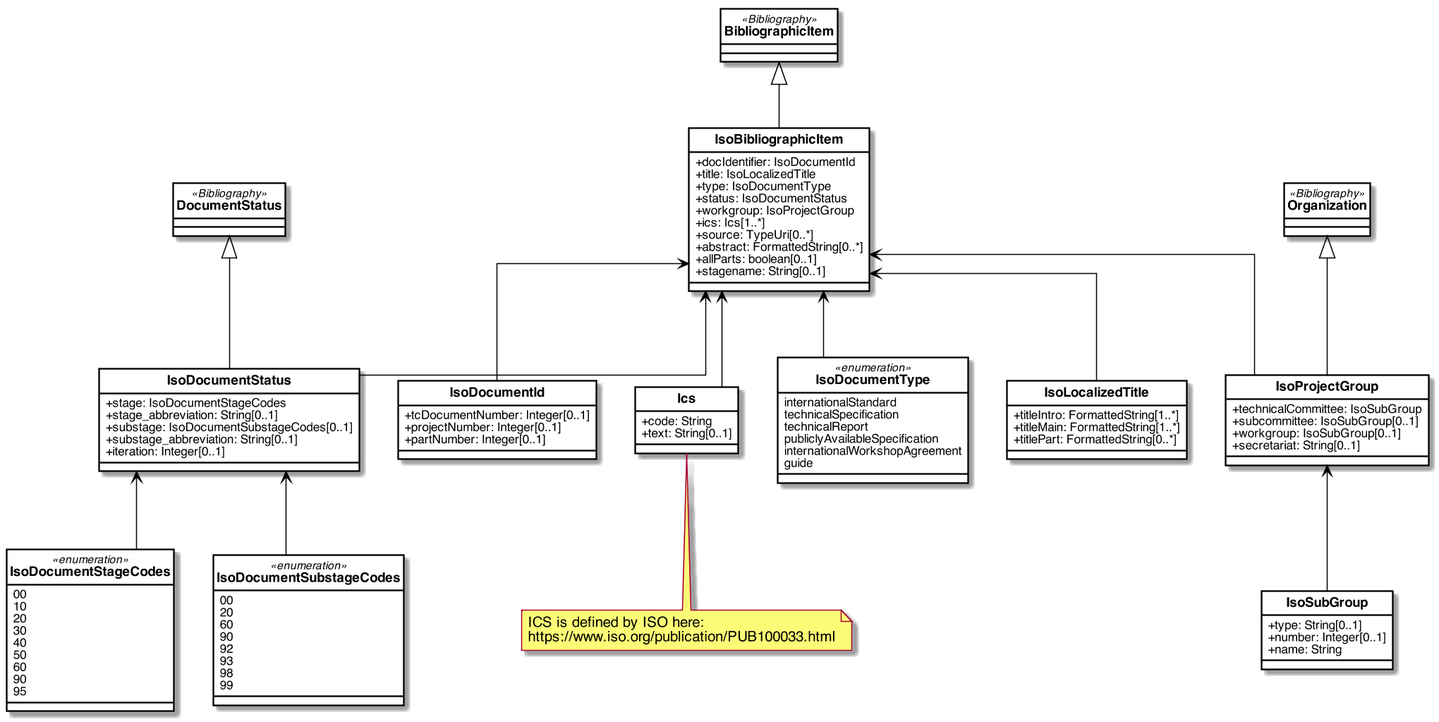
Before: iso/images/IsoDoc_IsoBibliographicItem.png, a diagram exported from PlantUML (metanorma/standoc-models).
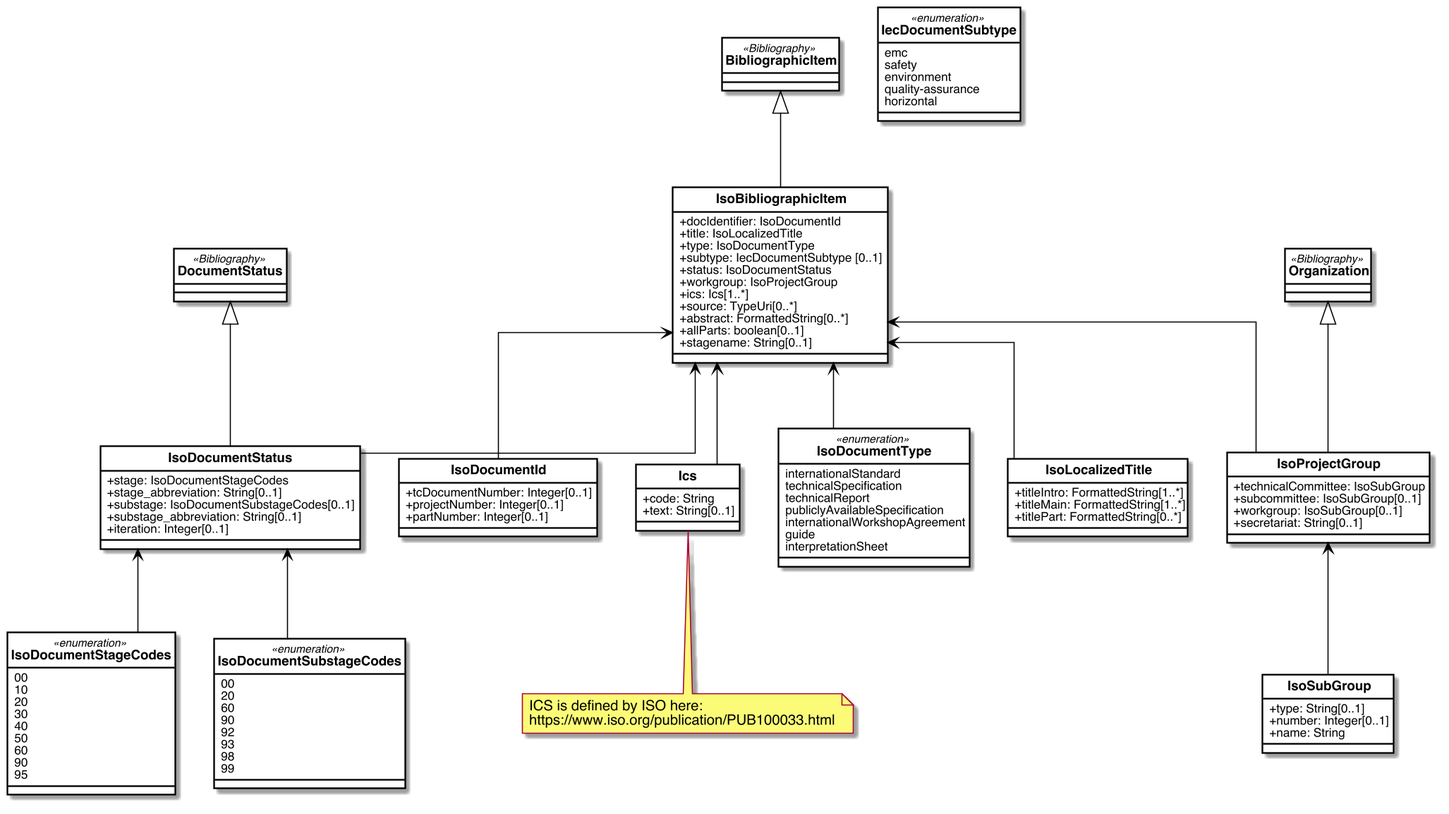
The same file after the commit.

What changed in the source:
```diff
@@ -1,44 +1,6 @@
 @startuml IsoDoc_IsoBibliographicItem
 
-
-skinparam Dpi 150
-skinparam Monochrome false
-skinparam LineType ortho
-hide circle
-skinparam Default {
-  TextAlignment center
-  FontName Helvetica
-}
-skinparam Class {
-  AttributeIconSize 0
-  BackgroundColor White
-  ArrowColor Black
-  BorderColor Black
-  FontStyle bold
-  StereotypeFontSize 10
-}
-skinparam Rectangle {
-  BackgroundColor White
-  ArrowColor Black
-  BorderColor Black
-  FontStyle bold
-  FontSize 11
-  StereotypeFontSize 10
-}
-skinparam Object {
-  BackgroundColor White
-  ArrowColor Black
-  BorderColor Black
-  FontStyle bold
-  FontSize 11
-  StereotypeFontSize 10
-}
-
-skinparam Entity {
-  StereotypeFontSize 10
-}
-
-
+!include style.uml.inc
 
 
 class BibliographicItem <<Bibliography>> {
@@ -49,6 +11,7 @@
     +docIdentifier: IsoDocumentId
     +title: IsoLocalizedTitle
     +type: IsoDocumentType
+    +subtype: IecDocumentSubtype [0..1]
     +status: IsoDocumentStatus
     +workgroup: IsoProjectGroup
     +ics: Ics[1..*]
@@ -111,6 +74,15 @@
     publiclyAvailableSpecification
     internationalWorkshopAgreement
     guide
+    interpretationSheet
+}
+
+enum IecDocumentSubtype <<enumeration>>{
+    emc
+    safety
+    environment
+    quality-assurance
+    horizontal
 }
 
 enum IsoDocumentStageCodes <<enumeration>>{
```
